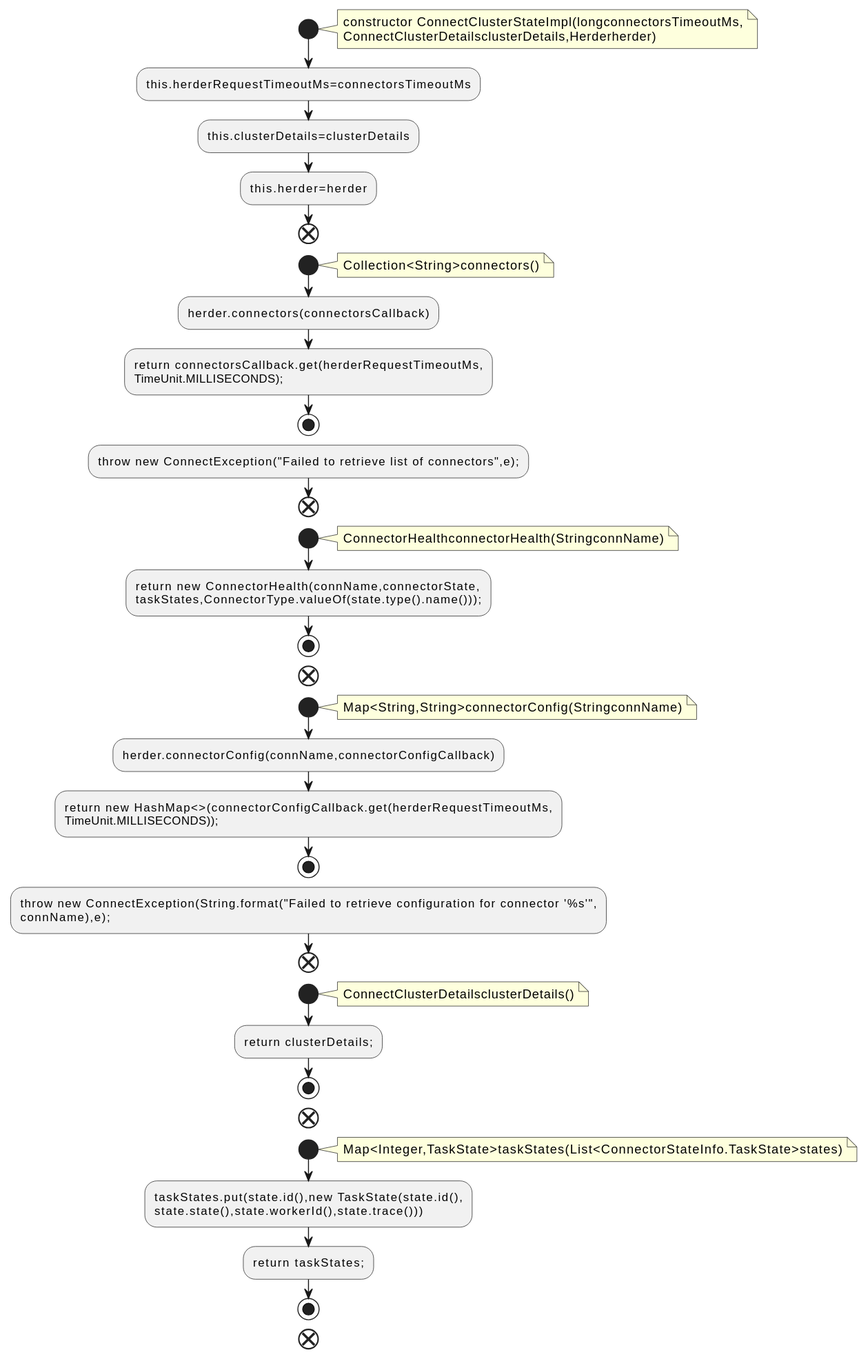
Earlier version of the PlantUML export docs/qc/connect/runtime/src/main/java/org/apache/kafka/connect/runtime/health/ConnectClusterStateImpl.java.fct.svg (qualitesys/kafka).
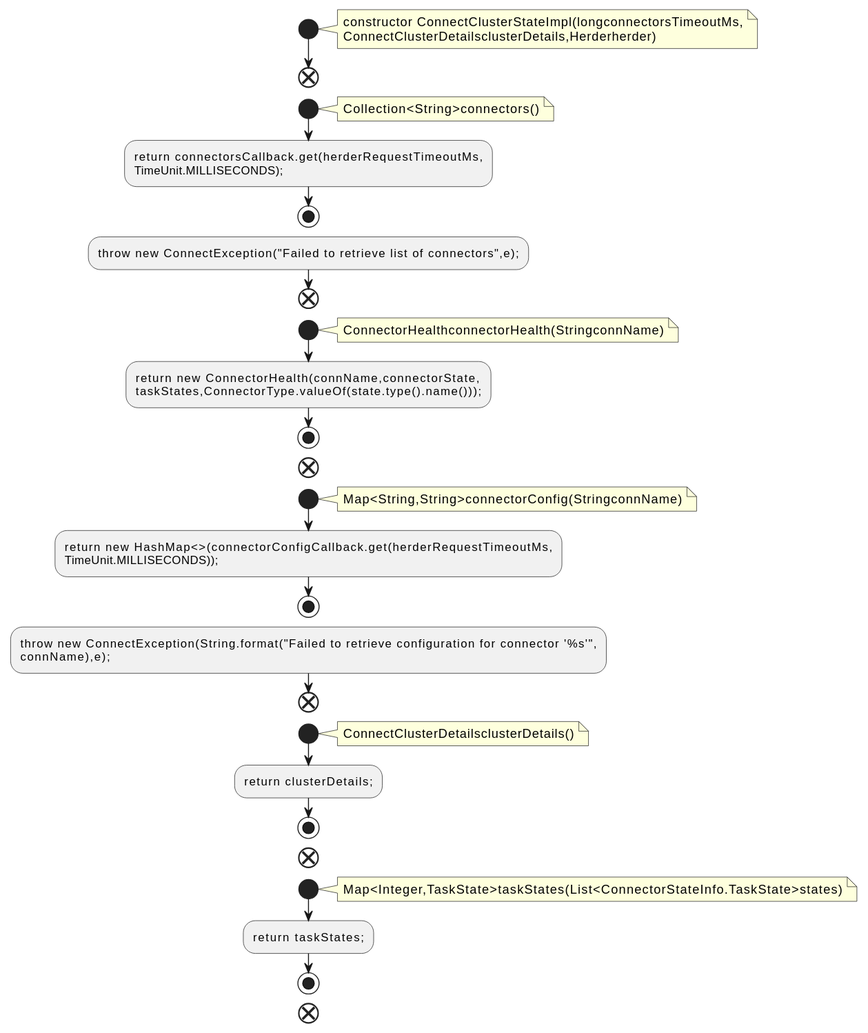
After the commit.

What changed in the source:
```diff
@@ -5,15 +5,11 @@
 constructor ConnectClusterStateImpl(longconnectorsTimeoutMs,
 ConnectClusterDetailsclusterDetails,Herderherder)
 end note
-:this.herderRequestTimeoutMs=connectorsTimeoutMs;
-:this.clusterDetails=clusterDetails;
-:this.herder=herder;
 end
 start
 note right
 Collection<String>connectors()
 end note
-:herder.connectors(connectorsCallback);
 :return connectorsCallback.get(herderRequestTimeoutMs,
 TimeUnit.MILLISECONDS);;
 stop
@@ -31,7 +27,6 @@
 note right
 Map<String,String>connectorConfig(StringconnName)
 end note
-:herder.connectorConfig(connName,connectorConfigCallback);
 :return new HashMap<>(connectorConfigCallback.get(herderRequestTimeoutMs,
 TimeUnit.MILLISECONDS));;
 stop
@@ -49,8 +44,6 @@
 note right
 Map<Integer,TaskState>taskStates(List<ConnectorStateInfo.TaskState>states)
 end note
-:taskStates.put(state.id(),new TaskState(state.id(),
-state.state(),state.workerId(),state.trace()));
 :return taskStates;;
 stop
 end
```
